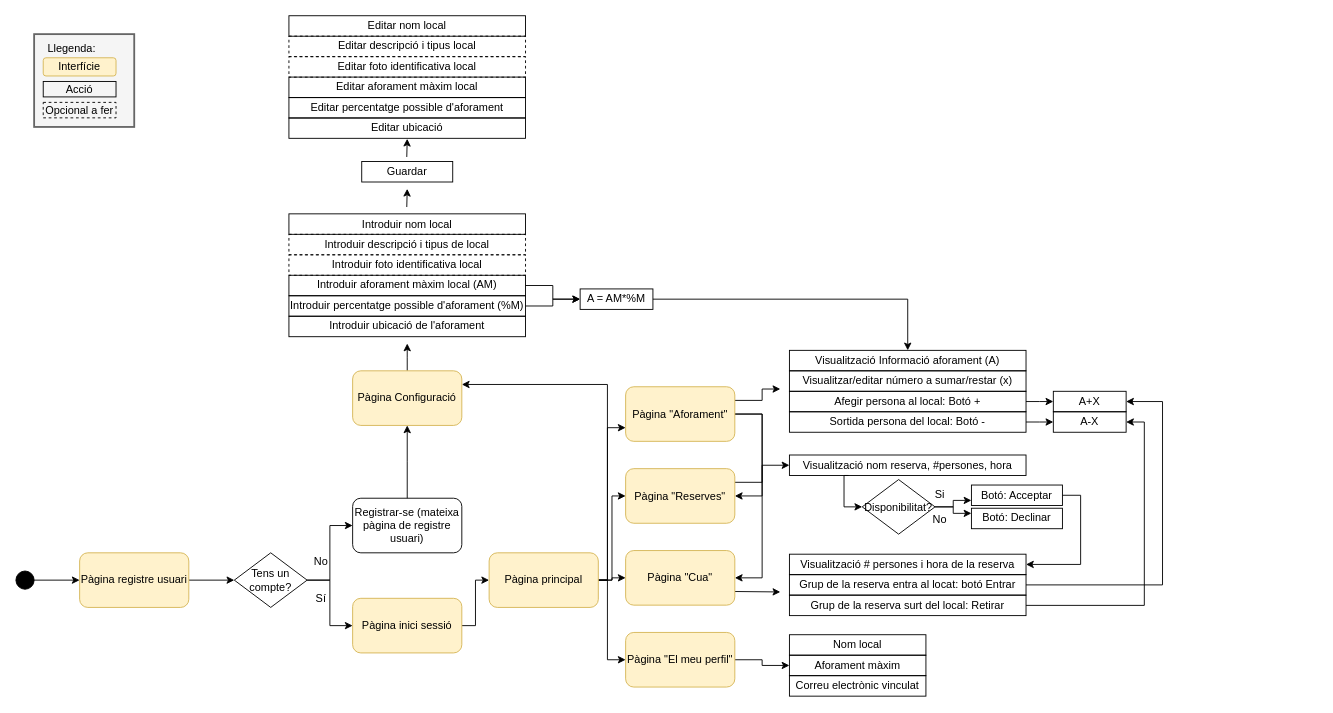
This is Sinedie.drawio from laurasistach/sinedie, a draw.io file, before an edit. Source tidied: cells renumbered, new cells numbered last; positions are measured from the earlier drawing's top-left corner, leaving out a move shared by most shapes. Both pictures are drawn from the tidied source at 91%, with x=0, y=0 at pixel (15, 15).
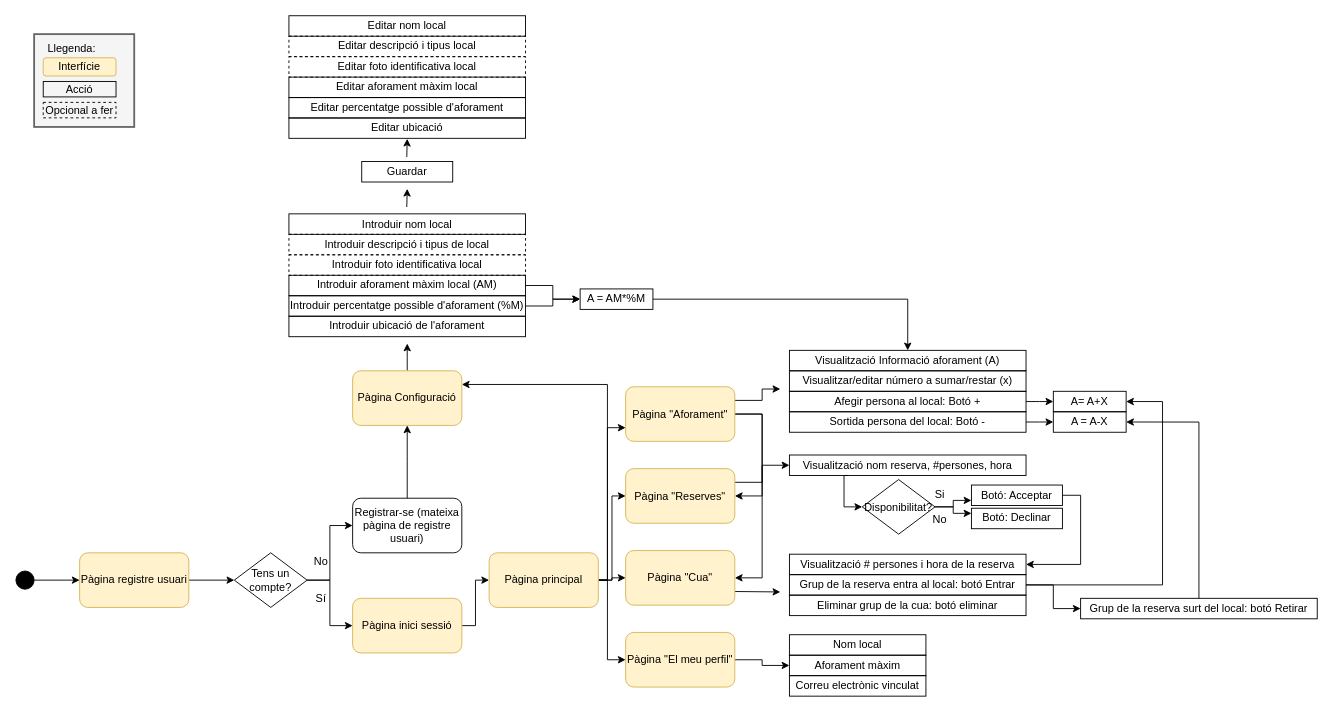
After the change.

Diff of the diagram source:
```diff
@@
-    <mxCell id="40" value="&lt;div style=&quot;text-align: left&quot;&gt;A+X&lt;/div&gt;" style="rounded=1;whiteSpace=wrap;html=1;fillColor=none;arcSize=0;" parent="1" vertex="1">
+    <mxCell id="40" value="&lt;div style=&quot;text-align: left&quot;&gt;A= A+X&lt;/div&gt;" style="rounded=1;whiteSpace=wrap;html=1;fillColor=none;arcSize=0;" parent="1" vertex="1">
       <mxGeometry x="1140" y="412.5" width="80" height="22.5" as="geometry" />
     </mxCell>
@@
-    <mxCell id="44" value="&lt;div style=&quot;text-align: left&quot;&gt;A-X&lt;/div&gt;" style="rounded=1;whiteSpace=wrap;html=1;fillColor=none;arcSize=0;" parent="1" vertex="1">
+    <mxCell id="44" value="&lt;div style=&quot;text-align: left&quot;&gt;A = A-X&lt;/div&gt;" style="rounded=1;whiteSpace=wrap;html=1;fillColor=none;arcSize=0;" parent="1" vertex="1">
       <mxGeometry x="1140" y="435" width="80" height="22.5" as="geometry" />
     </mxCell>
@@
+    <mxCell id="83" style="edgeStyle=orthogonalEdgeStyle;rounded=0;jettySize=auto;html=1;exitX=1;exitY=0.5;exitDx=0;exitDy=0;entryX=0;entryY=0.5;entryDx=0;entryDy=0;" parent="1" edge="1" source="53" target="85">
+      <mxGeometry relative="1" as="geometry" />
+    </mxCell>
-    <mxCell id="53" value="&lt;div style=&quot;text-align: left&quot;&gt;Grup de la reserva entra al locat: botó Entrar&lt;/div&gt;" style="rounded=1;whiteSpace=wrap;html=1;fillColor=none;arcSize=0;" parent="1" vertex="1">
+    <mxCell id="53" value="&lt;div style=&quot;text-align: left&quot;&gt;Grup de la reserva entra al local: botó Entrar&lt;/div&gt;" style="rounded=1;whiteSpace=wrap;html=1;fillColor=none;arcSize=0;" parent="1" vertex="1">
       <mxGeometry x="850" y="614" width="260" height="22.5" as="geometry" />
     </mxCell>
-    <mxCell id="54" style="edgeStyle=elbowEdgeStyle;rounded=0;jettySize=auto;html=1;exitX=1;exitY=0.5;exitDx=0;exitDy=0;entryX=1;entryY=0.5;entryDx=0;entryDy=0;" parent="1" edge="1" source="55" target="44">
-      <mxGeometry relative="1" as="geometry">
-        <Array as="points">
-          <mxPoint x="1240" y="550" />
-        </Array>
-      </mxGeometry>
-    </mxCell>
-    <mxCell id="55" value="&lt;div style=&quot;text-align: left&quot;&gt;Grup de la reserva surt del local: Retirar&lt;/div&gt;" style="rounded=1;whiteSpace=wrap;html=1;fillColor=none;arcSize=0;" parent="1" vertex="1">
+    <mxCell id="55" value="&lt;div style=&quot;text-align: left&quot;&gt;Eliminar grup de la cua: botó eliminar&lt;/div&gt;" style="rounded=1;whiteSpace=wrap;html=1;fillColor=none;arcSize=0;" parent="1" vertex="1">
       <mxGeometry x="850" y="636.5" width="260" height="22.5" as="geometry" />
     </mxCell>
@@
+    <mxCell id="84" style="edgeStyle=orthogonalEdgeStyle;rounded=0;jettySize=auto;html=1;exitX=0.5;exitY=0;exitDx=0;exitDy=0;entryX=1;entryY=0.5;entryDx=0;entryDy=0;" parent="1" edge="1" source="85" target="44">
+      <mxGeometry relative="1" as="geometry" />
+    </mxCell>
+    <mxCell id="85" value="&lt;div style=&quot;text-align: left&quot;&gt;Grup de la reserva surt del local: botó Retirar&lt;/div&gt;" style="rounded=1;whiteSpace=wrap;html=1;fillColor=none;arcSize=0;" parent="1" vertex="1">
+      <mxGeometry x="1170" y="640" width="260" height="22.5" as="geometry" />
+    </mxCell>
```
